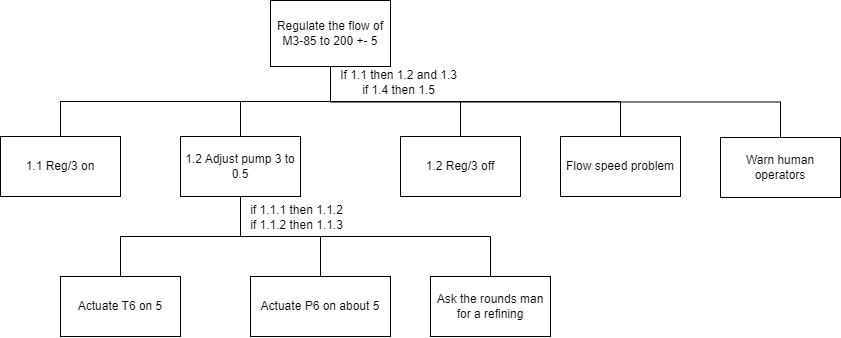
Before: P3/firstEx.drawio.png, a diagram exported from draw.io (josura/HCI). Source tidied: cells renumbered, new cells last; positions are measured from the earlier drawing's top-left corner, leaving out a move shared by most shapes. The source it was exported from:
```xml
<mxGraphModel>
  <root>
    <mxCell id="0" />
    <mxCell id="1" parent="0" />
    <mxCell id="2" style="edgeStyle=orthogonalEdgeStyle;rounded=0;jettySize=auto;html=1;exitX=0.5;exitY=1;exitDx=0;exitDy=0;endArrow=none;endFill=0;entryX=0.5;entryY=0;entryDx=0;entryDy=0;" parent="1" edge="1" source="7" target="8">
      <mxGeometry relative="1" as="geometry" />
    </mxCell>
    <mxCell id="3" style="edgeStyle=orthogonalEdgeStyle;rounded=0;jettySize=auto;html=1;exitX=0.5;exitY=1;exitDx=0;exitDy=0;entryX=0.5;entryY=0;entryDx=0;entryDy=0;endArrow=none;endFill=0;" parent="1" edge="1" source="7" target="13">
      <mxGeometry relative="1" as="geometry" />
    </mxCell>
    <mxCell id="4" style="edgeStyle=orthogonalEdgeStyle;rounded=0;jettySize=auto;html=1;exitX=0.5;exitY=1;exitDx=0;exitDy=0;endArrow=none;endFill=0;" parent="1" edge="1" source="7" target="9">
      <mxGeometry relative="1" as="geometry" />
    </mxCell>
    <mxCell id="5" style="edgeStyle=orthogonalEdgeStyle;rounded=0;jettySize=auto;html=1;exitX=0.5;exitY=1;exitDx=0;exitDy=0;entryX=0.5;entryY=0;entryDx=0;entryDy=0;endArrow=none;endFill=0;" parent="1" edge="1" source="7" target="19">
      <mxGeometry relative="1" as="geometry" />
    </mxCell>
    <mxCell id="6" style="edgeStyle=orthogonalEdgeStyle;rounded=0;jettySize=auto;html=1;exitX=0.5;exitY=1;exitDx=0;exitDy=0;entryX=0.5;entryY=0;entryDx=0;entryDy=0;endArrow=none;endFill=0;" parent="1" edge="1" source="7" target="20">
      <mxGeometry relative="1" as="geometry" />
    </mxCell>
    <mxCell id="7" value="Regulate the flow of M3-85 to 200 +- 5" style="rounded=0;whiteSpace=wrap;html=1;" parent="1" vertex="1">
      <mxGeometry x="270" width="120" height="66" as="geometry" />
    </mxCell>
    <mxCell id="8" value="1.2 Reg/3 off" style="rounded=0;whiteSpace=wrap;html=1;" parent="1" vertex="1">
      <mxGeometry x="400" y="136" width="120" height="60" as="geometry" />
    </mxCell>
    <mxCell id="9" value="1.1 Reg/3 on" style="rounded=0;whiteSpace=wrap;html=1;" parent="1" vertex="1">
      <mxGeometry y="136" width="120" height="60" as="geometry" />
    </mxCell>
    <mxCell id="10" style="edgeStyle=orthogonalEdgeStyle;rounded=0;jettySize=auto;html=1;exitX=0.5;exitY=1;exitDx=0;exitDy=0;entryX=0.5;entryY=0;entryDx=0;entryDy=0;endArrow=none;endFill=0;" parent="1" edge="1" source="13" target="14">
      <mxGeometry relative="1" as="geometry" />
    </mxCell>
    <mxCell id="11" style="edgeStyle=orthogonalEdgeStyle;rounded=0;jettySize=auto;html=1;exitX=0.5;exitY=1;exitDx=0;exitDy=0;entryX=0.5;entryY=0;entryDx=0;entryDy=0;endArrow=none;endFill=0;" parent="1" edge="1" source="13" target="16">
      <mxGeometry relative="1" as="geometry" />
    </mxCell>
    <mxCell id="12" style="edgeStyle=orthogonalEdgeStyle;rounded=0;jettySize=auto;html=1;exitX=0.5;exitY=1;exitDx=0;exitDy=0;endArrow=none;endFill=0;" parent="1" edge="1" source="13" target="17">
      <mxGeometry relative="1" as="geometry" />
    </mxCell>
    <mxCell id="13" value="1.2 Adjust pump 3 to 0.5" style="rounded=0;whiteSpace=wrap;html=1;" parent="1" vertex="1">
      <mxGeometry x="180" y="136" width="120" height="60" as="geometry" />
    </mxCell>
    <mxCell id="14" value="Actuate T6 on 5" style="rounded=0;whiteSpace=wrap;html=1;" parent="1" vertex="1">
      <mxGeometry x="60" y="276" width="120" height="60" as="geometry" />
    </mxCell>
    <mxCell id="15" value="If 1.1 then 1.2 and 1.3&lt;br&gt;if 1.4 then 1.5" style="text;html=1;align=center;verticalAlign=middle;strokeColor=none;fillColor=none;" parent="1" vertex="1">
      <mxGeometry x="328" y="62" width="140" height="40" as="geometry" />
    </mxCell>
    <mxCell id="16" value="Actuate P6 on about 5" style="rounded=0;whiteSpace=wrap;html=1;" parent="1" vertex="1">
      <mxGeometry x="250" y="276" width="140" height="60" as="geometry" />
    </mxCell>
    <mxCell id="17" value="Ask the rounds man for a refining" style="rounded=0;whiteSpace=wrap;html=1;" parent="1" vertex="1">
      <mxGeometry x="430" y="276" width="120" height="60" as="geometry" />
    </mxCell>
    <mxCell id="18" value="if 1.1.1 then 1.1.2&lt;br&gt;if 1.1.2 then 1.1.3" style="text;html=1;align=center;verticalAlign=middle;strokeColor=none;fillColor=none;" parent="1" vertex="1">
      <mxGeometry x="236" y="197" width="120" height="40" as="geometry" />
    </mxCell>
    <mxCell id="19" value="Flow speed problem" style="rounded=0;whiteSpace=wrap;html=1;" parent="1" vertex="1">
      <mxGeometry x="560" y="136" width="120" height="60" as="geometry" />
    </mxCell>
    <mxCell id="20" value="Warn human operators" style="rounded=0;whiteSpace=wrap;html=1;" parent="1" vertex="1">
      <mxGeometry x="720" y="137" width="120" height="60" as="geometry" />
    </mxCell>
  </root>
</mxGraphModel>
```
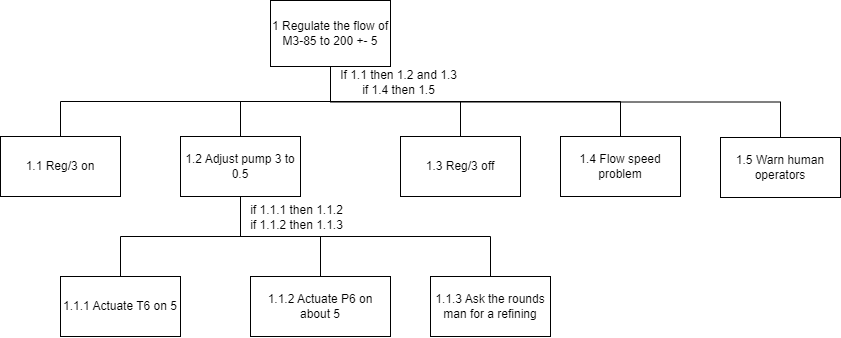
After the change.

Change to the diagram source:
```diff
@@ -17,10 +17,10 @@
     <mxCell id="6" style="edgeStyle=orthogonalEdgeStyle;rounded=0;jettySize=auto;html=1;exitX=0.5;exitY=1;exitDx=0;exitDy=0;entryX=0.5;entryY=0;entryDx=0;entryDy=0;endArrow=none;endFill=0;" parent="1" edge="1" source="7" target="20">
       <mxGeometry relative="1" as="geometry" />
     </mxCell>
-    <mxCell id="7" value="Regulate the flow of M3-85 to 200 +- 5" style="rounded=0;whiteSpace=wrap;html=1;" parent="1" vertex="1">
+    <mxCell id="7" value="1 Regulate the flow of M3-85 to 200 +- 5" style="rounded=0;whiteSpace=wrap;html=1;" parent="1" vertex="1">
       <mxGeometry x="270" width="120" height="66" as="geometry" />
     </mxCell>
-    <mxCell id="8" value="1.2 Reg/3 off" style="rounded=0;whiteSpace=wrap;html=1;" parent="1" vertex="1">
+    <mxCell id="8" value="1.3 Reg/3 off" style="rounded=0;whiteSpace=wrap;html=1;" parent="1" vertex="1">
       <mxGeometry x="400" y="136" width="120" height="60" as="geometry" />
     </mxCell>
     <mxCell id="9" value="1.1 Reg/3 on" style="rounded=0;whiteSpace=wrap;html=1;" parent="1" vertex="1">
@@ -38,25 +38,25 @@
     <mxCell id="13" value="1.2 Adjust pump 3 to 0.5" style="rounded=0;whiteSpace=wrap;html=1;" parent="1" vertex="1">
       <mxGeometry x="180" y="136" width="120" height="60" as="geometry" />
     </mxCell>
-    <mxCell id="14" value="Actuate T6 on 5" style="rounded=0;whiteSpace=wrap;html=1;" parent="1" vertex="1">
+    <mxCell id="14" value="1.1.1 Actuate T6 on 5" style="rounded=0;whiteSpace=wrap;html=1;" parent="1" vertex="1">
       <mxGeometry x="60" y="276" width="120" height="60" as="geometry" />
     </mxCell>
     <mxCell id="15" value="If 1.1 then 1.2 and 1.3&lt;br&gt;if 1.4 then 1.5" style="text;html=1;align=center;verticalAlign=middle;strokeColor=none;fillColor=none;" parent="1" vertex="1">
       <mxGeometry x="328" y="62" width="140" height="40" as="geometry" />
     </mxCell>
-    <mxCell id="16" value="Actuate P6 on about 5" style="rounded=0;whiteSpace=wrap;html=1;" parent="1" vertex="1">
+    <mxCell id="16" value="1.1.2 Actuate P6 on about 5" style="rounded=0;whiteSpace=wrap;html=1;" parent="1" vertex="1">
       <mxGeometry x="250" y="276" width="140" height="60" as="geometry" />
     </mxCell>
-    <mxCell id="17" value="Ask the rounds man for a refining" style="rounded=0;whiteSpace=wrap;html=1;" parent="1" vertex="1">
+    <mxCell id="17" value="1.1.3 Ask the rounds man for a refining" style="rounded=0;whiteSpace=wrap;html=1;" parent="1" vertex="1">
       <mxGeometry x="430" y="276" width="120" height="60" as="geometry" />
     </mxCell>
     <mxCell id="18" value="if 1.1.1 then 1.1.2&lt;br&gt;if 1.1.2 then 1.1.3" style="text;html=1;align=center;verticalAlign=middle;strokeColor=none;fillColor=none;" parent="1" vertex="1">
       <mxGeometry x="236" y="197" width="120" height="40" as="geometry" />
     </mxCell>
-    <mxCell id="19" value="Flow speed problem" style="rounded=0;whiteSpace=wrap;html=1;" parent="1" vertex="1">
+    <mxCell id="19" value="1.4 Flow speed problem" style="rounded=0;whiteSpace=wrap;html=1;" parent="1" vertex="1">
       <mxGeometry x="560" y="136" width="120" height="60" as="geometry" />
     </mxCell>
-    <mxCell id="20" value="Warn human operators" style="rounded=0;whiteSpace=wrap;html=1;" parent="1" vertex="1">
+    <mxCell id="20" value="1.5 Warn human operators" style="rounded=0;whiteSpace=wrap;html=1;" parent="1" vertex="1">
       <mxGeometry x="720" y="137" width="120" height="60" as="geometry" />
     </mxCell>
   </root>
```
